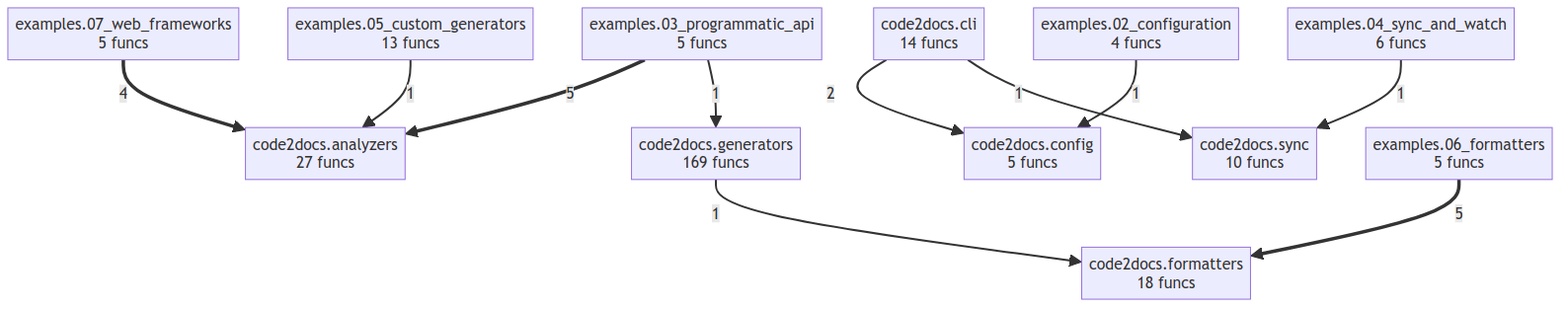
This is project/compact_flow.png from semcod/code2docs, a Mermaid export, as it was before one commit. Its source is kept beside it as project/compact_flow.mmd.
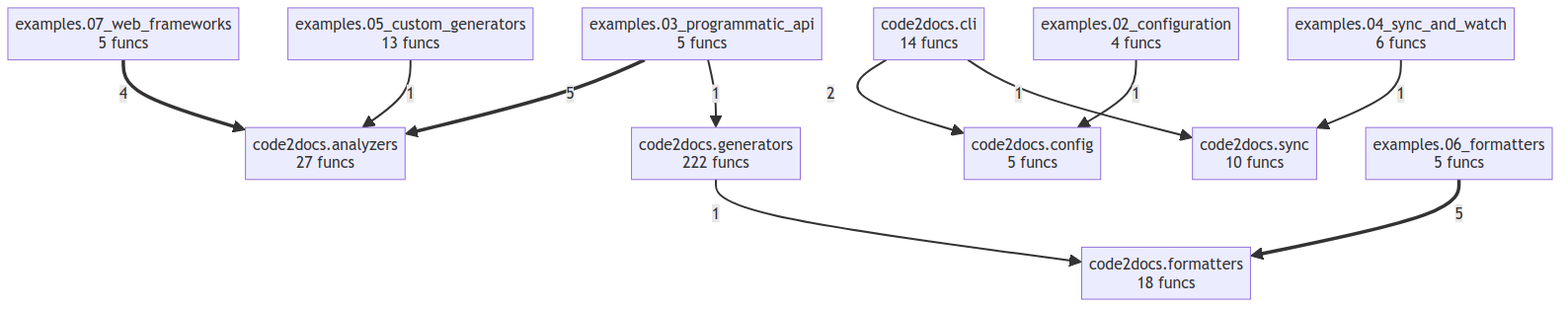
After the commit.

Change to the diagram source:
```diff
@@ -3,7 +3,7 @@
     code2docs__cli["code2docs.cli<br/>14 funcs"]
     code2docs__config["code2docs.config<br/>5 funcs"]
     code2docs__formatters["code2docs.formatters<br/>18 funcs"]
-    code2docs__generators["code2docs.generators<br/>169 funcs"]
+    code2docs__generators["code2docs.generators<br/>222 funcs"]
     code2docs__sync["code2docs.sync<br/>10 funcs"]
     examples__02_configuration["examples.02_configuration<br/>4 funcs"]
     examples__03_programmatic_api["examples.03_programmatic_api<br/>5 funcs"]
```
